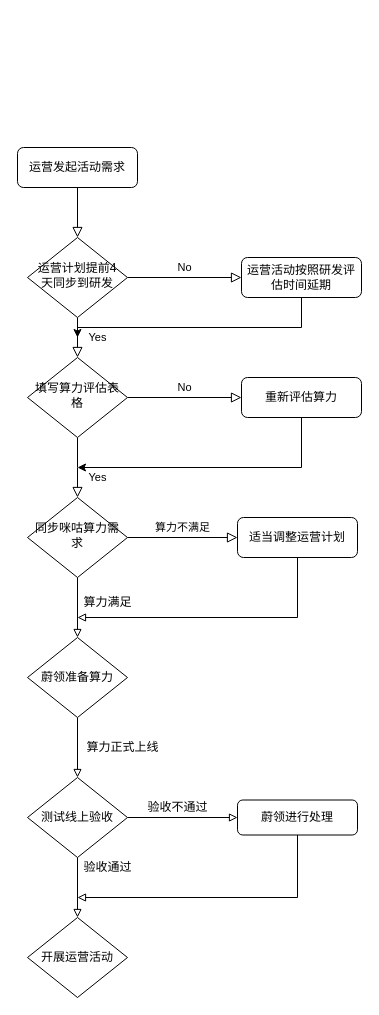
rangerTao/DrawBackup keeps this draw.io diagram as Untitled Diagram.drawio. Above is the earlier version. Source tidied: cells renumbered, new cells numbered last; positions are measured from the earlier drawing's top-left corner, leaving out a move shared by most shapes. Both pictures are drawn from the tidied source at 100%, with x=0, y=0 at pixel (17, 147).
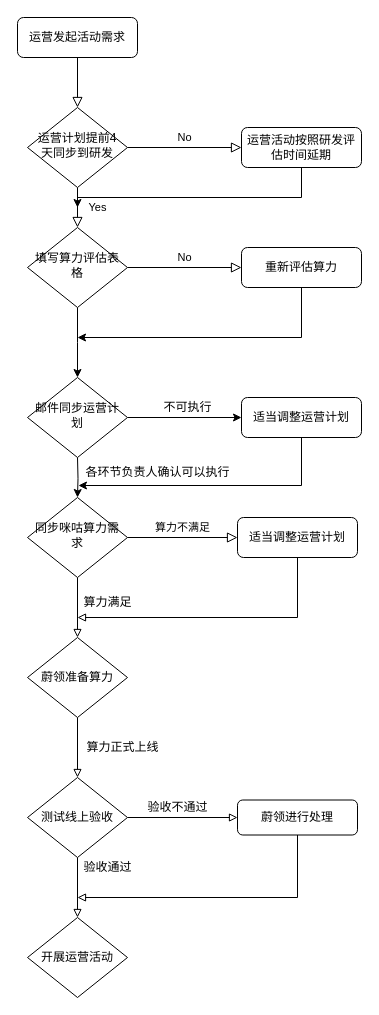
The same diagram, later.

Commit message:
修改流程，增加邮件同步

Unchanged cells that the change refers to:
```xml
<mxCell id="15" value="同步咪咕算力需求" style="rhombus;whiteSpace=wrap;html=1;shadow=0;fontFamily=Helvetica;fontSize=12;align=center;strokeWidth=1;spacing=6;spacingTop=-4;" parent="1" vertex="1">
  <mxGeometry x="10" y="350" width="100" height="80" as="geometry" />
</mxCell>
```

What changed in the source:
```diff
@@
     <mxCell id="3" value="运营发起活动需求" style="rounded=1;whiteSpace=wrap;html=1;fontSize=12;glass=0;strokeWidth=1;shadow=0;" parent="1" vertex="1">
-      <mxGeometry width="120" height="40" as="geometry" />
+      <mxGeometry y="-130" width="120" height="40" as="geometry" />
     </mxCell>
@@
     <mxCell id="6" value="运营计划提前4天同步到研发" style="rhombus;whiteSpace=wrap;html=1;shadow=0;fontFamily=Helvetica;fontSize=12;align=center;strokeWidth=1;spacing=6;spacingTop=-4;" parent="1" vertex="1">
-      <mxGeometry x="10" y="90" width="100" height="80" as="geometry" />
+      <mxGeometry x="10" y="-40" width="100" height="80" as="geometry" />
     </mxCell>
     <mxCell id="7" style="edgeStyle=orthogonalEdgeStyle;rounded=0;jettySize=auto;html=1;" parent="1" edge="1" source="8">
       <mxGeometry relative="1" as="geometry">
-        <mxPoint x="60" y="190" as="targetPoint" />
+        <mxPoint x="60" y="60" as="targetPoint" />
         <Array as="points">
-          <mxPoint x="284" y="180" />
-          <mxPoint x="60" y="180" />
+          <mxPoint x="284" y="50" />
+          <mxPoint x="60" y="50" />
         </Array>
       </mxGeometry>
     </mxCell>
     <mxCell id="8" value="运营活动按照研发评估时间延期" style="rounded=1;whiteSpace=wrap;html=1;fontSize=12;glass=0;strokeWidth=1;shadow=0;" parent="1" vertex="1">
-      <mxGeometry x="224" y="110" width="120" height="40" as="geometry" />
+      <mxGeometry x="224" y="-20" width="120" height="40" as="geometry" />
     </mxCell>
-    <mxCell id="9" value="Yes" style="rounded=0;html=1;jettySize=auto;fontSize=11;endArrow=block;endFill=0;endSize=8;strokeWidth=1;shadow=0;labelBackgroundColor=none;edgeStyle=orthogonalEdgeStyle;" parent="1" edge="1" source="11">
-      <mxGeometry x="0.33" y="20" relative="1" as="geometry">
-        <mxPoint x="60" y="350" as="targetPoint" />
-      </mxGeometry>
-    </mxCell>
@@
+    <mxCell id="31" style="edgeStyle=orthogonalEdgeStyle;rounded=0;jettySize=auto;html=1;entryX=0.5;entryY=0;entryDx=0;entryDy=0;" parent="1" edge="1" source="11">
+      <mxGeometry relative="1" as="geometry">
+        <mxPoint x="60" y="230" as="targetPoint" />
+      </mxGeometry>
+    </mxCell>
     <mxCell id="11" value="填写算力评估表格" style="rhombus;whiteSpace=wrap;html=1;shadow=0;fontFamily=Helvetica;fontSize=12;align=center;strokeWidth=1;spacing=6;spacingTop=-4;" parent="1" vertex="1">
-      <mxGeometry x="10" y="210" width="100" height="80" as="geometry" />
+      <mxGeometry x="10" y="80" width="100" height="80" as="geometry" />
     </mxCell>
     <mxCell id="12" style="edgeStyle=orthogonalEdgeStyle;rounded=0;jettySize=auto;html=1;" parent="1" edge="1" source="13">
       <mxGeometry relative="1" as="geometry">
-        <mxPoint x="60" y="320" as="targetPoint" />
+        <mxPoint x="60" y="190" as="targetPoint" />
         <Array as="points">
-          <mxPoint x="284" y="320" />
+          <mxPoint x="284" y="190" />
         </Array>
       </mxGeometry>
     </mxCell>
     <mxCell id="13" value="重新评估算力" style="rounded=1;whiteSpace=wrap;html=1;fontSize=12;glass=0;strokeWidth=1;shadow=0;" parent="1" vertex="1">
-      <mxGeometry x="224" y="230" width="120" height="40" as="geometry" />
+      <mxGeometry x="224" y="100" width="120" height="40" as="geometry" />
     </mxCell>
@@
+    <mxCell id="32" style="edgeStyle=orthogonalEdgeStyle;rounded=0;jettySize=auto;html=1;entryX=0.5;entryY=0;entryDx=0;entryDy=0;" parent="1" edge="1" target="15">
+      <mxGeometry relative="1" as="geometry">
+        <mxPoint x="60" y="310" as="sourcePoint" />
+      </mxGeometry>
+    </mxCell>
+    <mxCell id="33" style="edgeStyle=orthogonalEdgeStyle;rounded=0;jettySize=auto;html=1;entryX=0;entryY=0.5;entryDx=0;entryDy=0;" parent="1" edge="1" source="34" target="37">
+      <mxGeometry relative="1" as="geometry" />
+    </mxCell>
+    <mxCell id="34" value="邮件同步运营计划" style="rhombus;whiteSpace=wrap;html=1;shadow=0;fontFamily=Helvetica;fontSize=12;align=center;strokeWidth=1;spacing=6;spacingTop=-4;" parent="1" vertex="1">
+      <mxGeometry x="10" y="230" width="100" height="80" as="geometry" />
+    </mxCell>
+    <mxCell id="35" value="各环节负责人确认可以执行" style="text;html=1;align=center;verticalAlign=middle;points=[];strokeColor=none;fillColor=none;" parent="1" vertex="1">
+      <mxGeometry x="60" y="315" width="160" height="20" as="geometry" />
+    </mxCell>
+    <mxCell id="36" style="edgeStyle=orthogonalEdgeStyle;rounded=0;jettySize=auto;html=1;entryX=0.006;entryY=1.15;entryDx=0;entryDy=0;entryPerimeter=0;" parent="1" edge="1" source="37" target="35">
+      <mxGeometry relative="1" as="geometry">
+        <Array as="points">
+          <mxPoint x="284" y="338" />
+        </Array>
+      </mxGeometry>
+    </mxCell>
+    <mxCell id="37" value="适当调整运营计划" style="rounded=1;whiteSpace=wrap;html=1;fontSize=12;glass=0;strokeWidth=1;shadow=0;" parent="1" vertex="1">
+      <mxGeometry x="224" y="250" width="120" height="40" as="geometry" />
+    </mxCell>
+    <mxCell id="38" value="不可执行" style="text;html=1;align=center;verticalAlign=middle;strokeColor=none;fillColor=none;" parent="1" vertex="1">
+      <mxGeometry x="140" y="250" width="60" height="20" as="geometry" />
+    </mxCell>
```
